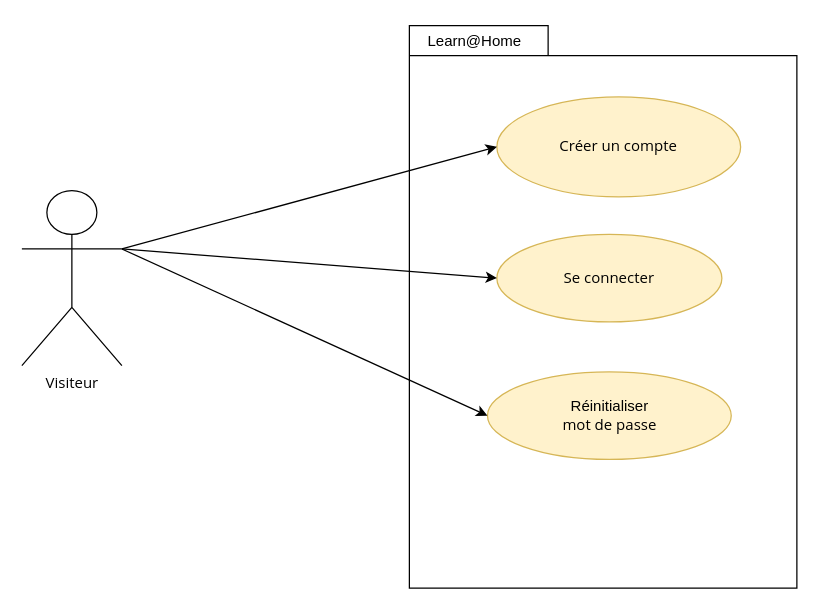
Earlier version of the draw.io diagram page "Connexion" (1 of 5) of Designez_une_application_Python_adaptée_aux_besoins_d_un_client_lahlou_mohand_arezki/Lahlou_Mohand_Arezki_1_diagramme_UML_122022.drawio (MohandArezki/P03_MohandArezki_Lahlou). Source tidied: cells renumbered, new cells numbered last; positions are measured from the earlier drawing's top-left corner, leaving out a move shared by most shapes. Both pictures are drawn from the tidied source at 125%, with x=0, y=0 at pixel (21, 21).
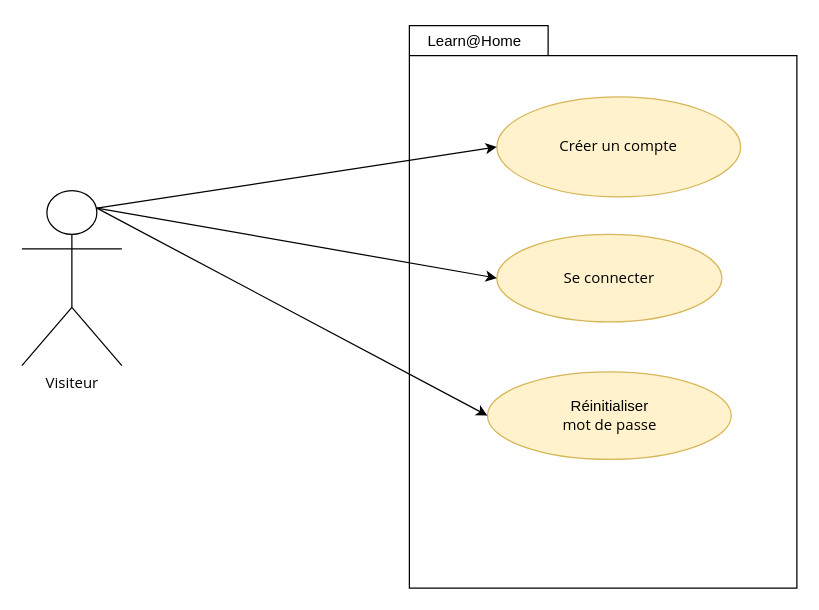
The same diagram, later.

Change to the diagram source:
```diff
@@
 <mxGraphModel>
   <root>
     <mxCell id="0" />
     <mxCell id="1" parent="0" />
     <mxCell id="2" style="group;" parent="1" vertex="1">
       <mxGeometry x="310" width="310" height="453" as="geometry" />
     </mxCell>
     <mxCell id="3" style="shape=folder;fontStyle=1;spacingTop=10;tabWidth=111;tabHeight=24;tabPosition=left;html=1;align=left;verticalAlign=top;" parent="2" vertex="1">
       <mxGeometry y="3" width="310" height="450" as="geometry" />
     </mxCell>
     <mxCell id="4" value="&lt;font face=&quot;Helvetica, VP Default&quot;&gt;&lt;span style=&quot;font-size: 12px;&quot;&gt;Learn@Home&lt;/span&gt;&lt;/font&gt;" style="text;html=1;strokeColor=none;fillColor=none;align=left;verticalAlign=middle;whiteSpace=wrap;rounded=0;fontFamily=Open Sans;fontSize=14;" parent="2" vertex="1">
       <mxGeometry x="13" width="97" height="30" as="geometry" />
     </mxCell>
     <mxCell id="5" value="Créer un compte" style="ellipse;whiteSpace=wrap;html=1;fontFamily=Open Sans;verticalAlign=middle;fillColor=#fff2cc;strokeColor=#d6b656;" parent="2" vertex="1">
       <mxGeometry x="70" y="60" width="195" height="80" as="geometry" />
     </mxCell>
     <mxCell id="6" value="Se connecter" style="ellipse;whiteSpace=wrap;html=1;fontFamily=Open Sans;verticalAlign=middle;fillColor=#fff2cc;strokeColor=#d6b656;" parent="2" vertex="1">
       <mxGeometry x="70" y="170" width="180" height="70" as="geometry" />
     </mxCell>
     <mxCell id="7" value="&lt;span id=&quot;docs-internal-guid-87a97179-7fff-c479-6de7-f2c82aa91268&quot;&gt;&lt;span style=&quot;font-size: 9pt ; font-family: &amp;#34;arial&amp;#34; ; background-color: transparent ; vertical-align: baseline&quot;&gt;Réinitialiser&lt;/span&gt;&lt;/span&gt;&lt;br&gt;mot de passe" style="ellipse;whiteSpace=wrap;html=1;fontFamily=Open Sans;verticalAlign=middle;fillColor=#fff2cc;strokeColor=#d6b656;" parent="2" vertex="1">
       <mxGeometry x="62.5" y="280" width="195" height="70" as="geometry" />
     </mxCell>
-    <mxCell id="8" style="endArrow=classic;html=1;rounded=0;fontSize=18;entryX=0;entryY=0.5;entryDx=0;entryDy=0;exitX=1;exitY=0.3333333333333333;exitDx=0;exitDy=0;exitPerimeter=0;" parent="1" edge="1" source="11" target="5">
+    <mxCell id="8" style="endArrow=classic;html=1;rounded=0;fontSize=18;entryX=0;entryY=0.5;entryDx=0;entryDy=0;exitX=0.75;exitY=0.1;exitDx=0;exitDy=0;exitPerimeter=0;" parent="1" edge="1" source="11" target="5">
       <mxGeometry relative="1" as="geometry" />
     </mxCell>
-    <mxCell id="9" style="endArrow=classic;html=1;rounded=0;fontSize=18;entryX=0;entryY=0.5;entryDx=0;entryDy=0;exitX=1;exitY=0.3333333333333333;exitDx=0;exitDy=0;exitPerimeter=0;" parent="1" edge="1" source="11" target="7">
+    <mxCell id="9" style="endArrow=classic;html=1;rounded=0;fontSize=18;entryX=0;entryY=0.5;entryDx=0;entryDy=0;exitX=0.75;exitY=0.1;exitDx=0;exitDy=0;exitPerimeter=0;" parent="1" edge="1" source="11" target="7">
       <mxGeometry relative="1" as="geometry" />
     </mxCell>
-    <mxCell id="10" style="endArrow=classic;html=1;rounded=0;fontSize=18;entryX=0;entryY=0.5;entryDx=0;entryDy=0;exitX=1;exitY=0.3333333333333333;exitDx=0;exitDy=0;exitPerimeter=0;" parent="1" edge="1" source="11" target="6">
+    <mxCell id="10" style="endArrow=classic;html=1;rounded=0;fontSize=18;entryX=0;entryY=0.5;entryDx=0;entryDy=0;exitX=0.75;exitY=0.1;exitDx=0;exitDy=0;exitPerimeter=0;" parent="1" edge="1" source="11" target="6">
       <mxGeometry relative="1" as="geometry" />
     </mxCell>
     <mxCell id="11" value="Visiteur" style="shape=umlActor;verticalLabelPosition=bottom;verticalAlign=top;html=1;outlineConnect=0;fontFamily=Open Sans;" parent="1" vertex="1">
       <mxGeometry y="135" width="80" height="140" as="geometry" />
     </mxCell>
   </root>
 </mxGraphModel>
```
